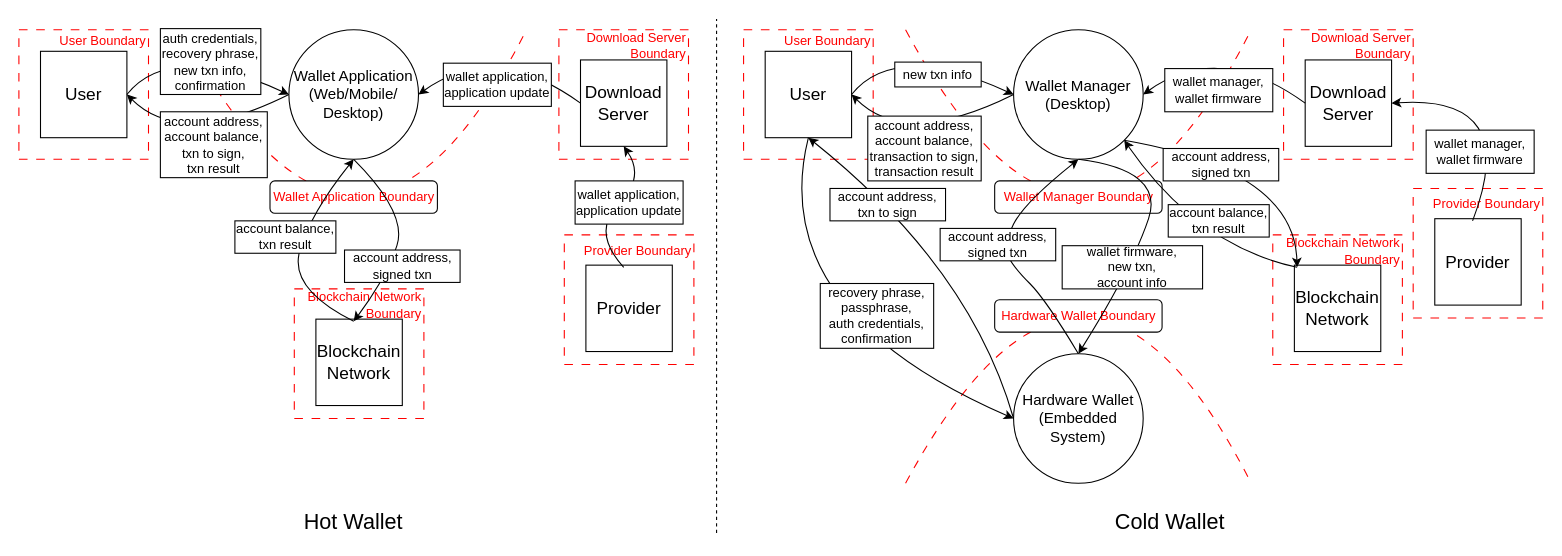
This is page "DFD" (12 of 12) of assets/crypto-wallets.drawio from xujiahuayz/crypto-wallets, a draw.io file, before an edit. Source tidied: cells renumbered, new cells numbered last; positions are measured from the earlier drawing's top-left corner, leaving out a move shared by most shapes. Both pictures are drawn from the tidied source at 108%, with x=0, y=0 at pixel (18, 18).
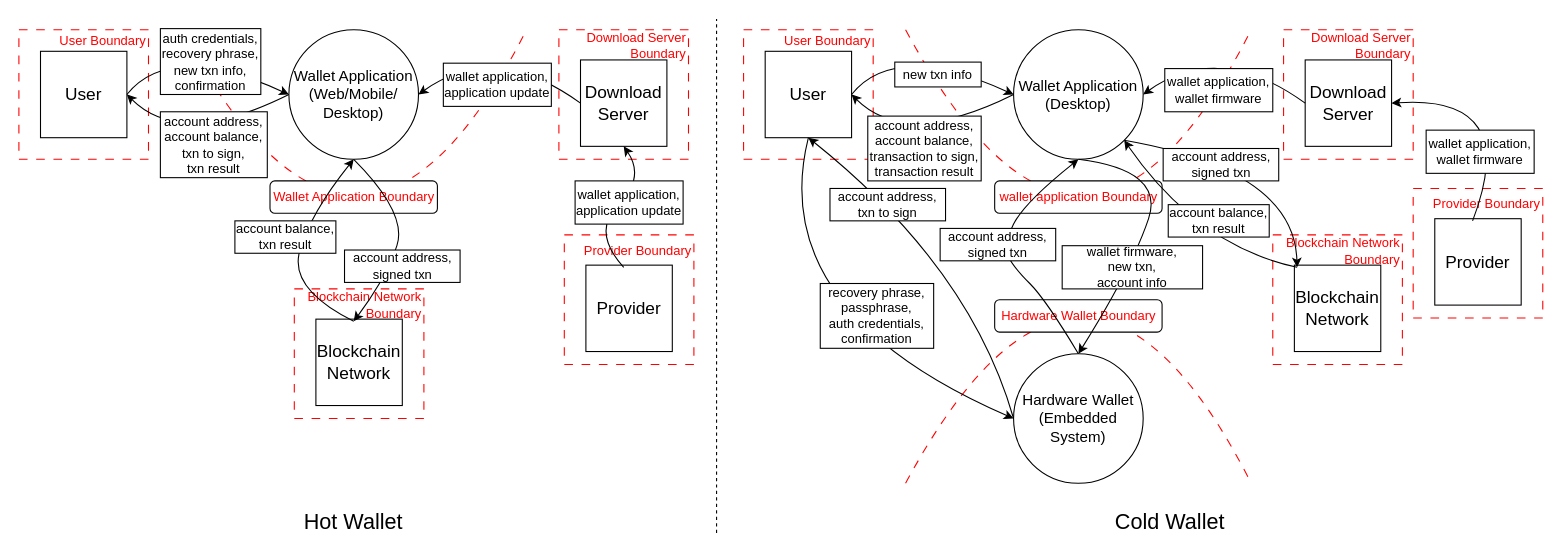
The same page after the edit.

What changed in the source:
```diff
@@
-    <mxCell id="4" value="&lt;font style=&quot;font-size: 14px;&quot;&gt;Wallet Manager &lt;br&gt;(Desktop)&lt;/font&gt;" style="ellipse;whiteSpace=wrap;html=1;" parent="1" vertex="1">
+    <mxCell id="4" value="&lt;font style=&quot;font-size: 14px;&quot;&gt;Wallet Application &lt;br&gt;(Desktop)&lt;/font&gt;" style="ellipse;whiteSpace=wrap;html=1;" parent="1" vertex="1">
       <mxGeometry x="921" y="10" width="120" height="120" as="geometry" />
     </mxCell>
@@
-    <mxCell id="12" value="&lt;font color=&quot;#ff0000&quot;&gt;Wallet Manager Boundary&lt;/font&gt;" style="rounded=1;whiteSpace=wrap;html=1;" parent="1" vertex="1">
+    <mxCell id="12" value="&lt;font color=&quot;#ff0000&quot;&gt;wallet application Boundary&lt;/font&gt;" style="rounded=1;whiteSpace=wrap;html=1;" parent="1" vertex="1">
       <mxGeometry x="903.5" y="150" width="155" height="30" as="geometry" />
     </mxCell>
@@
-    <mxCell id="38" value="wallet manager,&lt;br&gt;wallet firmware" style="rounded=0;whiteSpace=wrap;html=1;" parent="1" vertex="1">
+    <mxCell id="38" value="wallet application,&lt;br&gt;wallet firmware" style="rounded=0;whiteSpace=wrap;html=1;" parent="1" vertex="1">
       <mxGeometry x="1303" y="103" width="100" height="40" as="geometry" />
     </mxCell>
@@
-    <mxCell id="64" value="wallet manager,&lt;br&gt;wallet firmware" style="rounded=0;whiteSpace=wrap;html=1;" parent="1" vertex="1">
+    <mxCell id="64" value="wallet application,&lt;br&gt;wallet firmware" style="rounded=0;whiteSpace=wrap;html=1;" parent="1" vertex="1">
       <mxGeometry x="1061" y="46" width="100" height="40" as="geometry" />
     </mxCell>
```
